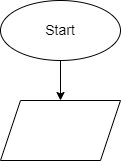
Above: Ex002/ex002.drawio.png in Fearenok/Homework (draw.io), before the change. Source tidied: cells renumbered, new cells last; positions are measured from the earlier drawing's top-left corner, leaving out a move shared by most shapes.
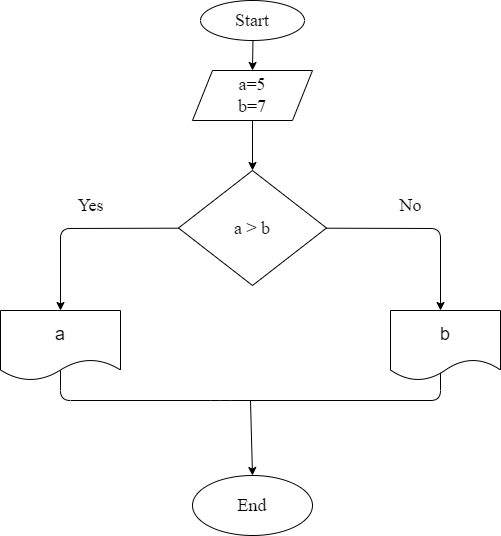
After the commit.

Commit message:
Создал блок схему ко второй задачи

The edit, as a diff of the source:
```diff
@@ -2,14 +2,67 @@
   <root>
     <mxCell id="0" />
     <mxCell id="1" parent="0" />
-    <mxCell id="2" style="edgeStyle=none;html=1;fontSize=14;" parent="1" edge="1" source="3" target="4">
+    <mxCell id="2" style="edgeStyle=none;html=1;fontFamily=Times New Roman;fontSize=18;" parent="1" edge="1" source="3" target="6">
       <mxGeometry relative="1" as="geometry" />
     </mxCell>
-    <mxCell id="3" value="&lt;font style=&quot;font-size: 14px&quot;&gt;Start&lt;/font&gt;" style="ellipse;whiteSpace=wrap;html=1;" parent="1" vertex="1">
-      <mxGeometry width="120" height="60" as="geometry" />
+    <mxCell id="3" value="Start" style="ellipse;whiteSpace=wrap;html=1;fontFamily=Times New Roman;fontSize=18;" parent="1" vertex="1">
+      <mxGeometry width="104" height="40" as="geometry" />
     </mxCell>
-    <mxCell id="4" style="shape=parallelogram;perimeter=parallelogramPerimeter;whiteSpace=wrap;html=1;fixedSize=1;" parent="1" vertex="1">
-      <mxGeometry y="100" width="120" height="60" as="geometry" />
-    </mxCell>
+    <mxCell id="5" style="edgeStyle=none;html=1;fontFamily=Times New Roman;fontSize=18;" parent="1" edge="1" source="6" target="9">
+      <mxGeometry relative="1" as="geometry" />
+    </mxCell>
+    <mxCell id="6" value="a=5&lt;br&gt;b=7" style="shape=parallelogram;perimeter=parallelogramPerimeter;whiteSpace=wrap;html=1;fixedSize=1;fontSize=18;fontFamily=Times New Roman;" parent="1" vertex="1">
+      <mxGeometry x="-8" y="70" width="120" height="50" as="geometry" />
+    </mxCell>
+    <mxCell id="7" style="edgeStyle=none;html=1;fontFamily=Times New Roman;fontSize=18;" parent="1" edge="1" source="9">
+      <mxGeometry relative="1" as="geometry">
+        <mxPoint x="-140" y="310" as="targetPoint" />
+        <Array as="points">
+          <mxPoint x="-140" y="228" />
+        </Array>
+      </mxGeometry>
+    </mxCell>
+    <mxCell id="8" style="edgeStyle=none;html=1;fontFamily=Times New Roman;fontSize=18;" parent="1" edge="1" source="9">
+      <mxGeometry relative="1" as="geometry">
+        <mxPoint x="240" y="310" as="targetPoint" />
+        <Array as="points">
+          <mxPoint x="240" y="228" />
+        </Array>
+      </mxGeometry>
+    </mxCell>
+    <mxCell id="9" value="a &amp;gt; b" style="rhombus;whiteSpace=wrap;html=1;fontSize=18;fontFamily=Times New Roman;" parent="1" vertex="1">
+      <mxGeometry x="-22" y="170" width="148" height="115" as="geometry" />
+    </mxCell>
+    <mxCell id="10" value="Yes" style="text;html=1;align=center;verticalAlign=middle;strokeColor=none;fillColor=none;fontSize=18;fontFamily=Times New Roman;" parent="1" vertex="1">
+      <mxGeometry x="-130" y="190" width="40" height="30" as="geometry" />
+    </mxCell>
+    <mxCell id="11" value="No" style="text;html=1;align=center;verticalAlign=middle;strokeColor=none;fillColor=none;fontSize=18;fontFamily=Times New Roman;" parent="1" vertex="1">
+      <mxGeometry x="190" y="190" width="40" height="30" as="geometry" />
+    </mxCell>
+    <mxCell id="12" value="End" style="ellipse;whiteSpace=wrap;html=1;fontFamily=Times New Roman;fontSize=18;" parent="1" vertex="1">
+      <mxGeometry x="-8" y="475" width="120" height="60" as="geometry" />
+    </mxCell>
+    <mxCell id="13" style="endArrow=none;html=1;fontFamily=Times New Roman;fontSize=18;entryX=0.5;entryY=1;entryDx=0;entryDy=0;exitX=0.5;exitY=1;exitDx=0;exitDy=0;" parent="1" edge="1">
+      <mxGeometry relative="1" as="geometry">
+        <mxPoint x="-140" y="370" as="sourcePoint" />
+        <mxPoint x="240" y="370" as="targetPoint" />
+        <Array as="points">
+          <mxPoint x="-140" y="400" />
+          <mxPoint x="20" y="400" />
+          <mxPoint x="240" y="400" />
+        </Array>
+      </mxGeometry>
+    </mxCell>
+    <mxCell id="14" style="endArrow=classic;html=1;fontFamily=Times New Roman;fontSize=18;entryX=0.5;entryY=0;entryDx=0;entryDy=0;" parent="1" edge="1" target="12">
+      <mxGeometry relative="1" as="geometry">
+        <mxPoint x="50" y="400" as="sourcePoint" />
+      </mxGeometry>
+    </mxCell>
+    <mxCell id="15" value="&lt;font style=&quot;font-size: 18px&quot;&gt;a&lt;/font&gt;" style="shape=document;whiteSpace=wrap;html=1;boundedLbl=1;" parent="1" vertex="1">
+      <mxGeometry x="-200" y="310" width="120" height="70" as="geometry" />
+    </mxCell>
+    <mxCell id="16" value="&lt;font style=&quot;font-size: 18px&quot;&gt;b&lt;/font&gt;" style="shape=document;whiteSpace=wrap;html=1;boundedLbl=1;" parent="1" vertex="1">
+      <mxGeometry x="190" y="310" width="110" height="70" as="geometry" />
+    </mxCell>
   </root>
 </mxGraphModel>
```
